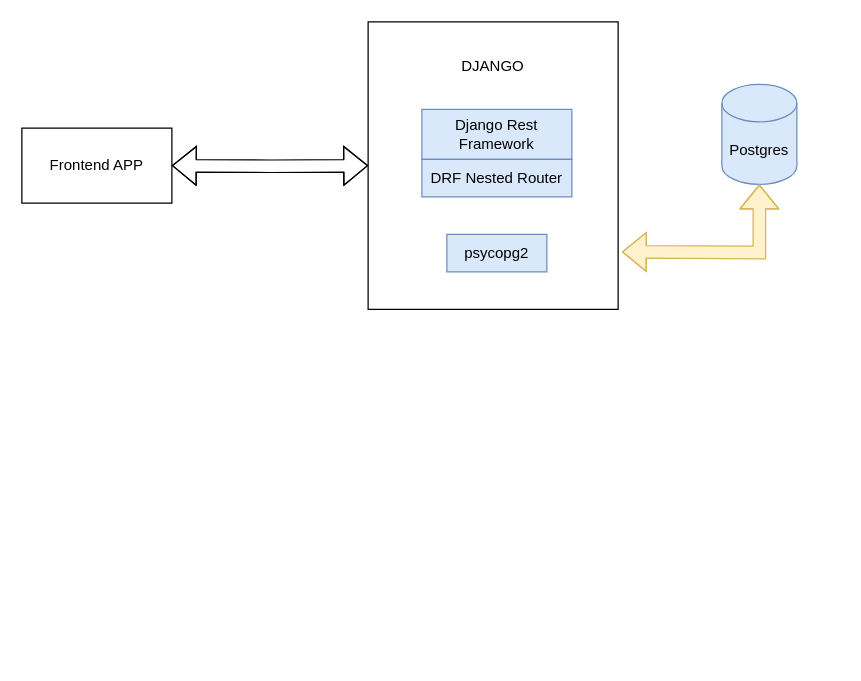
pongsak-s/djang_codechallenge keeps this draw.io diagram as writeups/api.drawio. Above is the earlier version. Source tidied: cells renumbered, new cells numbered last; positions are measured from the earlier drawing's top-left corner, leaving out a move shared by most shapes. Both pictures are drawn from the tidied source at 125%, with x=0, y=0 at pixel (21, 21).
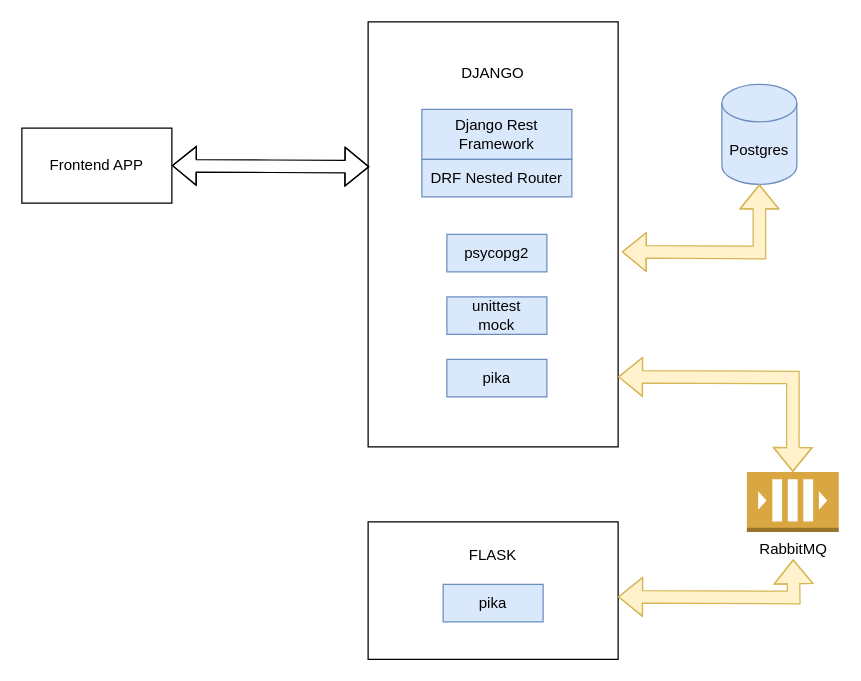
The same page after the edit.

Commit message (it also covers changes not shown here):
UPDATE overall architect

What changed in the source:
```diff
@@
 <mxGraphModel>
   <root>
     <mxCell id="0" />
     <mxCell id="1" parent="0" />
     <mxCell id="2" value="Postgres" style="shape=cylinder3;whiteSpace=wrap;html=1;boundedLbl=1;backgroundOutline=1;size=15;fillColor=#dae8fc;strokeColor=#6c8ebf;" parent="1" vertex="1">
       <mxGeometry x="560" y="50" width="60" height="80" as="geometry" />
     </mxCell>
-    <mxCell id="3" value="DJANGO&lt;br&gt;&lt;br&gt;&lt;br&gt;&lt;br&gt;&lt;br&gt;&lt;br&gt;&lt;br&gt;&lt;br&gt;&lt;br&gt;&lt;br&gt;&lt;br&gt;&lt;br&gt;" style="rounded=0;whiteSpace=wrap;html=1;" parent="1" vertex="1">
-      <mxGeometry x="277" width="200" height="230" as="geometry" />
+    <mxCell id="3" value="DJANGO&lt;br&gt;&lt;br&gt;&lt;br&gt;&lt;br&gt;&lt;br&gt;&lt;br&gt;&lt;br&gt;&lt;br&gt;&lt;br&gt;&lt;br&gt;&lt;br&gt;&lt;br&gt;&lt;br&gt;&lt;br&gt;&lt;br&gt;&lt;br&gt;&lt;br&gt;&lt;br&gt;&lt;br&gt;" style="rounded=0;whiteSpace=wrap;html=1;" parent="1" vertex="1">
+      <mxGeometry x="277" width="200" height="340" as="geometry" />
     </mxCell>
     <mxCell id="4" value="Django Rest&lt;br&gt;Framework" style="rounded=0;whiteSpace=wrap;html=1;fillColor=#dae8fc;strokeColor=#6c8ebf;" parent="1" vertex="1">
       <mxGeometry x="320" y="70" width="120" height="40" as="geometry" />
     </mxCell>
     <mxCell id="5" value="DRF Nested Router" style="rounded=0;whiteSpace=wrap;html=1;fillColor=#dae8fc;strokeColor=#6c8ebf;" parent="1" vertex="1">
       <mxGeometry x="320" y="110" width="120" height="30" as="geometry" />
     </mxCell>
     <mxCell id="6" value="psycopg2" style="rounded=0;whiteSpace=wrap;html=1;fillColor=#dae8fc;strokeColor=#6c8ebf;" parent="1" vertex="1">
       <mxGeometry x="340" y="170" width="80" height="30" as="geometry" />
     </mxCell>
     <mxCell id="7" style="shape=flexArrow;endArrow=classic;startArrow=classic;html=1;rounded=0;edgeStyle=orthogonalEdgeStyle;entryX=0.5;entryY=1;entryDx=0;entryDy=0;entryPerimeter=0;fillColor=#fff2cc;strokeColor=#d6b656;" parent="1" edge="1" target="2">
       <mxGeometry relative="1" as="geometry">
         <mxPoint x="480" y="184" as="sourcePoint" />
       </mxGeometry>
     </mxCell>
     <mxCell id="8" value="Frontend APP" style="rounded=0;whiteSpace=wrap;html=1;align=center;" parent="1" vertex="1">
       <mxGeometry y="85" width="120" height="60" as="geometry" />
     </mxCell>
-    <mxCell id="9" style="shape=flexArrow;endArrow=classic;startArrow=classic;html=1;rounded=0;edgeStyle=orthogonalEdgeStyle;entryX=0;entryY=0.5;entryDx=0;entryDy=0;" parent="1" edge="1" target="3">
+    <mxCell id="9" style="shape=flexArrow;endArrow=classic;startArrow=classic;html=1;rounded=0;edgeStyle=orthogonalEdgeStyle;entryX=0.005;entryY=0.341;entryDx=0;entryDy=0;entryPerimeter=0;" parent="1" edge="1" target="3">
       <mxGeometry relative="1" as="geometry">
         <mxPoint x="120" y="115" as="sourcePoint" />
       </mxGeometry>
     </mxCell>
+    <mxCell id="10" value="unittest&lt;br&gt;mock" style="rounded=0;whiteSpace=wrap;html=1;fillColor=#dae8fc;strokeColor=#6c8ebf;" parent="1" vertex="1">
+      <mxGeometry x="340" y="220" width="80" height="30" as="geometry" />
+    </mxCell>
+    <mxCell id="11" value="pika" style="rounded=0;whiteSpace=wrap;html=1;fillColor=#dae8fc;strokeColor=#6c8ebf;" parent="1" vertex="1">
+      <mxGeometry x="340" y="270" width="80" height="30" as="geometry" />
+    </mxCell>
+    <mxCell id="12" value="RabbitMQ" style="outlineConnect=0;dashed=0;verticalLabelPosition=bottom;verticalAlign=top;align=center;html=1;shape=mxgraph.aws3.queue;fillColor=#D9A741;gradientColor=none;" parent="1" vertex="1">
+      <mxGeometry x="580" y="360" width="73.5" height="48" as="geometry" />
+    </mxCell>
+    <mxCell id="13" style="shape=flexArrow;endArrow=classic;startArrow=classic;html=1;rounded=0;edgeStyle=orthogonalEdgeStyle;entryX=0.5;entryY=0;entryDx=0;entryDy=0;entryPerimeter=0;fillColor=#fff2cc;strokeColor=#d6b656;" parent="1" edge="1" target="12">
+      <mxGeometry relative="1" as="geometry">
+        <mxPoint x="477" y="284" as="sourcePoint" />
+      </mxGeometry>
+    </mxCell>
+    <mxCell id="14" value="FLASK&lt;br&gt;&lt;br&gt;&lt;br&gt;&lt;br&gt;&lt;br&gt;" style="rounded=0;whiteSpace=wrap;html=1;" parent="1" vertex="1">
+      <mxGeometry x="277" y="400" width="200" height="110" as="geometry" />
+    </mxCell>
+    <mxCell id="15" value="pika" style="rounded=0;whiteSpace=wrap;html=1;fillColor=#dae8fc;strokeColor=#6c8ebf;" parent="1" vertex="1">
+      <mxGeometry x="337" y="450" width="80" height="30" as="geometry" />
+    </mxCell>
+    <mxCell id="16" style="shape=flexArrow;endArrow=classic;startArrow=classic;html=1;rounded=0;edgeStyle=orthogonalEdgeStyle;fillColor=#fff2cc;strokeColor=#d6b656;" parent="1" edge="1">
+      <mxGeometry relative="1" as="geometry">
+        <mxPoint x="477" y="460" as="sourcePoint" />
+        <mxPoint x="617" y="430" as="targetPoint" />
+      </mxGeometry>
+    </mxCell>
   </root>
 </mxGraphModel>
```
